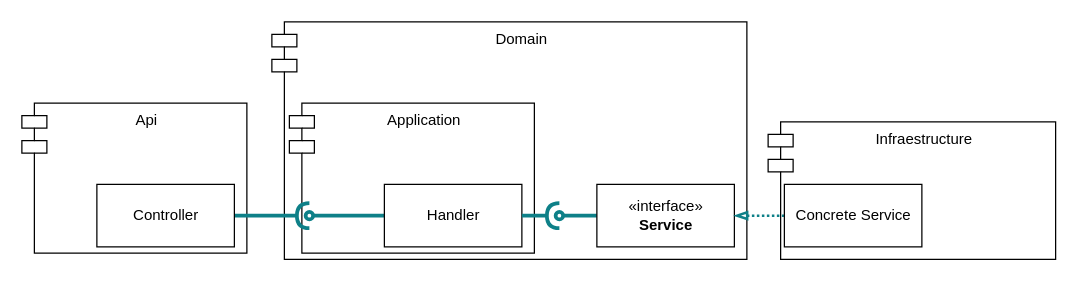
This is docs/IoC/IoC.drawio from bcariaga/gato-negro, a draw.io file, before an edit. Source tidied: cells renumbered, new cells numbered last; positions are measured from the earlier drawing's top-left corner, leaving out a move shared by most shapes. Both pictures are drawn from the tidied source at 125%, with x=0, y=0 at pixel (21, 21).
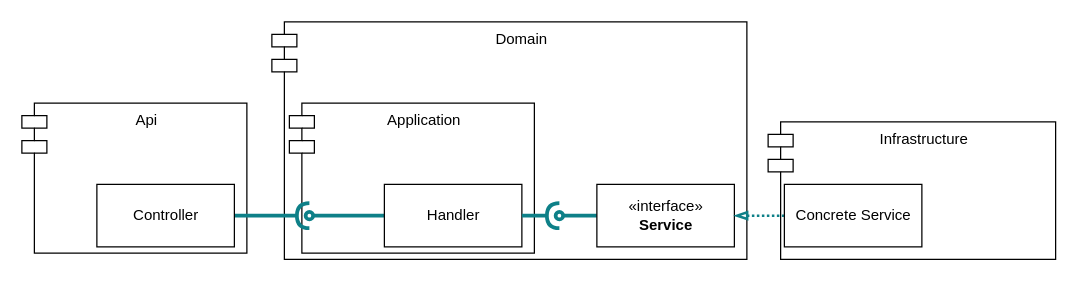
Above is the later version.

Change to the diagram source:
```diff
@@
 <mxGraphModel>
   <root>
     <mxCell id="0" />
     <mxCell id="1" parent="0" />
     <mxCell id="2" value="Domain" style="shape=module;align=left;spacingLeft=20;align=center;verticalAlign=top;" parent="1" vertex="1">
       <mxGeometry x="200" width="380" height="190" as="geometry" />
     </mxCell>
     <mxCell id="3" value="Application" style="shape=module;align=left;spacingLeft=20;align=center;verticalAlign=top;" parent="1" vertex="1">
       <mxGeometry x="214" y="65" width="196" height="120" as="geometry" />
     </mxCell>
-    <mxCell id="4" value="Infraestructure" style="shape=module;align=left;spacingLeft=20;align=center;verticalAlign=top;" parent="1" vertex="1">
+    <mxCell id="4" value="Infrastructure" style="shape=module;align=left;spacingLeft=20;align=center;verticalAlign=top;" parent="1" vertex="1">
       <mxGeometry x="597" y="80" width="230" height="110" as="geometry" />
     </mxCell>
     <mxCell id="5" value="Api" style="shape=module;align=left;spacingLeft=20;align=center;verticalAlign=top;" parent="1" vertex="1">
       <mxGeometry y="65" width="180" height="120" as="geometry" />
     </mxCell>
     <mxCell id="6" style="edgeStyle=orthogonalEdgeStyle;rounded=0;jettySize=auto;html=1;exitX=0;exitY=0.5;exitDx=0;exitDy=0;endArrow=oval;endFill=0;strokeWidth=3;fillColor=#b0e3e6;strokeColor=#0e8088;" parent="1" edge="1" source="7">
       <mxGeometry relative="1" as="geometry">
         <mxPoint x="430" y="155" as="targetPoint" />
       </mxGeometry>
     </mxCell>
     <mxCell id="7" value="«interface»&lt;br&gt;&lt;b&gt;Service&lt;/b&gt;" style="html=1;" parent="1" vertex="1">
       <mxGeometry x="460" y="130" width="110" height="50" as="geometry" />
     </mxCell>
     <mxCell id="8" style="edgeStyle=orthogonalEdgeStyle;rounded=0;jettySize=auto;html=1;exitX=1;exitY=0.5;exitDx=0;exitDy=0;strokeWidth=3;endArrow=halfCircle;endFill=0;fillColor=#b0e3e6;strokeColor=#0e8088;" parent="1" edge="1" source="9">
       <mxGeometry relative="1" as="geometry">
         <mxPoint x="230" y="155" as="targetPoint" />
       </mxGeometry>
     </mxCell>
     <mxCell id="9" value="Controller" style="html=1;" parent="1" vertex="1">
       <mxGeometry x="60" y="130" width="110" height="50" as="geometry" />
     </mxCell>
     <mxCell id="10" style="edgeStyle=orthogonalEdgeStyle;rounded=0;jettySize=auto;html=1;exitX=0;exitY=0.5;exitDx=0;exitDy=0;entryX=1;entryY=0.5;entryDx=0;entryDy=0;endArrow=blockThin;endFill=0;strokeWidth=2;dashed=1;dashPattern=1 1;fillColor=#b0e3e6;strokeColor=#0e8088;" parent="1" edge="1" source="11" target="7">
       <mxGeometry relative="1" as="geometry" />
     </mxCell>
     <mxCell id="11" value="Concrete Service" style="html=1;" parent="1" vertex="1">
       <mxGeometry x="610" y="130" width="110" height="50" as="geometry" />
     </mxCell>
     <mxCell id="12" style="edgeStyle=orthogonalEdgeStyle;rounded=0;jettySize=auto;html=1;exitX=0;exitY=0.5;exitDx=0;exitDy=0;endArrow=oval;endFill=0;strokeWidth=3;fillColor=#b0e3e6;strokeColor=#0e8088;" parent="1" edge="1" source="13">
       <mxGeometry relative="1" as="geometry">
         <mxPoint x="230" y="155" as="targetPoint" />
       </mxGeometry>
     </mxCell>
     <mxCell id="13" value="Handler" style="html=1;" parent="1" vertex="1">
       <mxGeometry x="290" y="130" width="110" height="50" as="geometry" />
     </mxCell>
     <mxCell id="14" style="edgeStyle=orthogonalEdgeStyle;rounded=0;jettySize=auto;html=1;exitX=1;exitY=0.5;exitDx=0;exitDy=0;strokeWidth=3;endArrow=halfCircle;endFill=0;fillColor=#b0e3e6;strokeColor=#0e8088;" parent="1" edge="1" source="13">
       <mxGeometry relative="1" as="geometry">
         <mxPoint x="430" y="155" as="targetPoint" />
       </mxGeometry>
     </mxCell>
   </root>
 </mxGraphModel>
```
